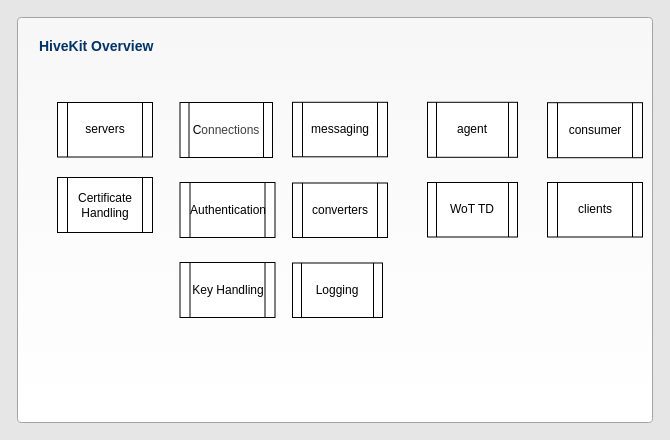
hiveot/hivekit keeps this draw.io diagram as page "hiveflow overview" (1 of 6) of docs/hivekit.drawio. Above is the earlier version. Source tidied: cells renumbered, new cells numbered last; positions are measured from the earlier drawing's top-left corner, leaving out a move shared by most shapes. Both pictures are drawn from the tidied source at 100%, with x=0, y=0 at pixel (17, 17).
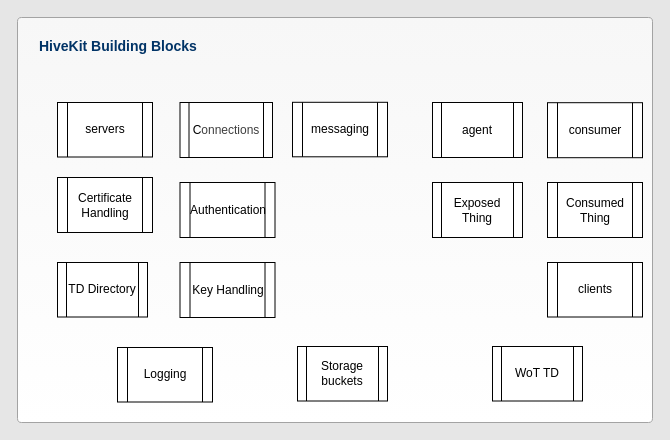
The same page after the edit.

The edit, as a diff of the source:
```diff
@@
 <mxGraphModel background="#E6E6E6">
   <root>
     <mxCell id="0" />
     <mxCell id="1" parent="0" />
-    <mxCell id="2" value="&lt;h3 style=&quot;font-size: 14px;&quot;&gt;HiveKit Overview&lt;/h3&gt;" style="rounded=1;whiteSpace=wrap;html=1;fontSize=14;verticalAlign=top;strokeColor=#A3A3A3;fillColor=#F7F7F7;gradientColor=#ffffff;fontColor=#003366;arcSize=1;noLabel=0;align=left;spacingLeft=20;" parent="1" vertex="1">
+    <mxCell id="2" value="&lt;h3 style=&quot;font-size: 14px;&quot;&gt;HiveKit Building Blocks&lt;/h3&gt;" style="rounded=1;whiteSpace=wrap;html=1;fontSize=14;verticalAlign=top;strokeColor=#A3A3A3;fillColor=#F7F7F7;gradientColor=#ffffff;fontColor=#003366;arcSize=1;noLabel=0;align=left;spacingLeft=20;" parent="1" vertex="1">
       <mxGeometry width="635" height="405" as="geometry" />
     </mxCell>
+    <mxCell id="16" value="agent" style="shape=process;whiteSpace=wrap;html=1;backgroundOutline=1;" parent="1" vertex="1">
+      <mxGeometry x="415" y="85" width="90" height="55" as="geometry" />
+    </mxCell>
+    <mxCell id="17" value="Exposed Thing" style="shape=process;whiteSpace=wrap;html=1;backgroundOutline=1;" parent="1" vertex="1">
+      <mxGeometry x="415" y="165" width="90" height="55" as="geometry" />
+    </mxCell>
+    <mxCell id="18" value="WoT TD" style="shape=process;whiteSpace=wrap;html=1;backgroundOutline=1;" parent="1" vertex="1">
+      <mxGeometry x="475" y="329" width="90" height="54.5" as="geometry" />
+    </mxCell>
+    <mxCell id="19" value="Storage buckets" style="shape=process;whiteSpace=wrap;html=1;backgroundOutline=1;" parent="1" vertex="1">
+      <mxGeometry x="280" y="329" width="90" height="54.5" as="geometry" />
+    </mxCell>
     <mxCell id="3" parent="0" />
     <mxCell id="4" value="servers" style="shape=process;whiteSpace=wrap;html=1;backgroundOutline=1;" parent="3" vertex="1">
       <mxGeometry x="40" y="85" width="95" height="54.5" as="geometry" />
     </mxCell>
     <mxCell id="5" value="C&lt;span style=&quot;color: rgb(63, 63, 63); background-color: transparent;&quot;&gt;onnections&lt;/span&gt;" style="shape=process;whiteSpace=wrap;html=1;backgroundOutline=1;" parent="3" vertex="1">
       <mxGeometry x="162.5" y="85" width="92.5" height="55" as="geometry" />
     </mxCell>
     <mxCell id="6" value="Certificate Handling" style="shape=process;whiteSpace=wrap;html=1;backgroundOutline=1;" parent="3" vertex="1">
       <mxGeometry x="40" y="160" width="95" height="55" as="geometry" />
     </mxCell>
-    <mxCell id="7" value="WoT TD" style="shape=process;whiteSpace=wrap;html=1;backgroundOutline=1;" parent="3" vertex="1">
-      <mxGeometry x="410" y="165" width="90" height="54.5" as="geometry" />
+    <mxCell id="7" value="TD Directory" style="shape=process;whiteSpace=wrap;html=1;backgroundOutline=1;" parent="3" vertex="1">
+      <mxGeometry x="40" y="245" width="90" height="54.5" as="geometry" />
     </mxCell>
     <mxCell id="8" value="clients" style="shape=process;whiteSpace=wrap;html=1;backgroundOutline=1;" parent="3" vertex="1">
-      <mxGeometry x="530" y="165" width="95" height="54.5" as="geometry" />
+      <mxGeometry x="530" y="245" width="95" height="54.5" as="geometry" />
     </mxCell>
     <mxCell id="9" value="Authentication" style="shape=process;whiteSpace=wrap;html=1;backgroundOutline=1;" parent="3" vertex="1">
       <mxGeometry x="162.5" y="165" width="95" height="55" as="geometry" />
     </mxCell>
-    <mxCell id="10" value="converters" style="shape=process;whiteSpace=wrap;html=1;backgroundOutline=1;" parent="3" vertex="1">
-      <mxGeometry x="275" y="165.5" width="95" height="54.5" as="geometry" />
-    </mxCell>
     <mxCell id="11" value="Logging" style="shape=process;whiteSpace=wrap;html=1;backgroundOutline=1;" parent="3" vertex="1">
-      <mxGeometry x="275" y="245.5" width="90" height="54.5" as="geometry" />
+      <mxGeometry x="100" y="330" width="95" height="54.5" as="geometry" />
     </mxCell>
     <mxCell id="12" value="messaging" style="shape=process;whiteSpace=wrap;html=1;backgroundOutline=1;" parent="3" vertex="1">
       <mxGeometry x="275" y="84.8" width="95" height="54.5" as="geometry" />
     </mxCell>
-    <mxCell id="13" value="agent" style="shape=process;whiteSpace=wrap;html=1;backgroundOutline=1;" parent="3" vertex="1">
-      <mxGeometry x="410" y="84.8" width="90" height="55" as="geometry" />
+    <mxCell id="13" value="Consumed Thing" style="shape=process;whiteSpace=wrap;html=1;backgroundOutline=1;" parent="3" vertex="1">
+      <mxGeometry x="530" y="165" width="95" height="55" as="geometry" />
     </mxCell>
     <mxCell id="14" value="consumer" style="shape=process;whiteSpace=wrap;html=1;backgroundOutline=1;" parent="3" vertex="1">
       <mxGeometry x="530" y="85.2" width="95" height="55" as="geometry" />
     </mxCell>
     <mxCell id="15" value="Key Handling" style="shape=process;whiteSpace=wrap;html=1;backgroundOutline=1;" parent="3" vertex="1">
       <mxGeometry x="162.5" y="245" width="95" height="55" as="geometry" />
     </mxCell>
   </root>
 </mxGraphModel>
```
